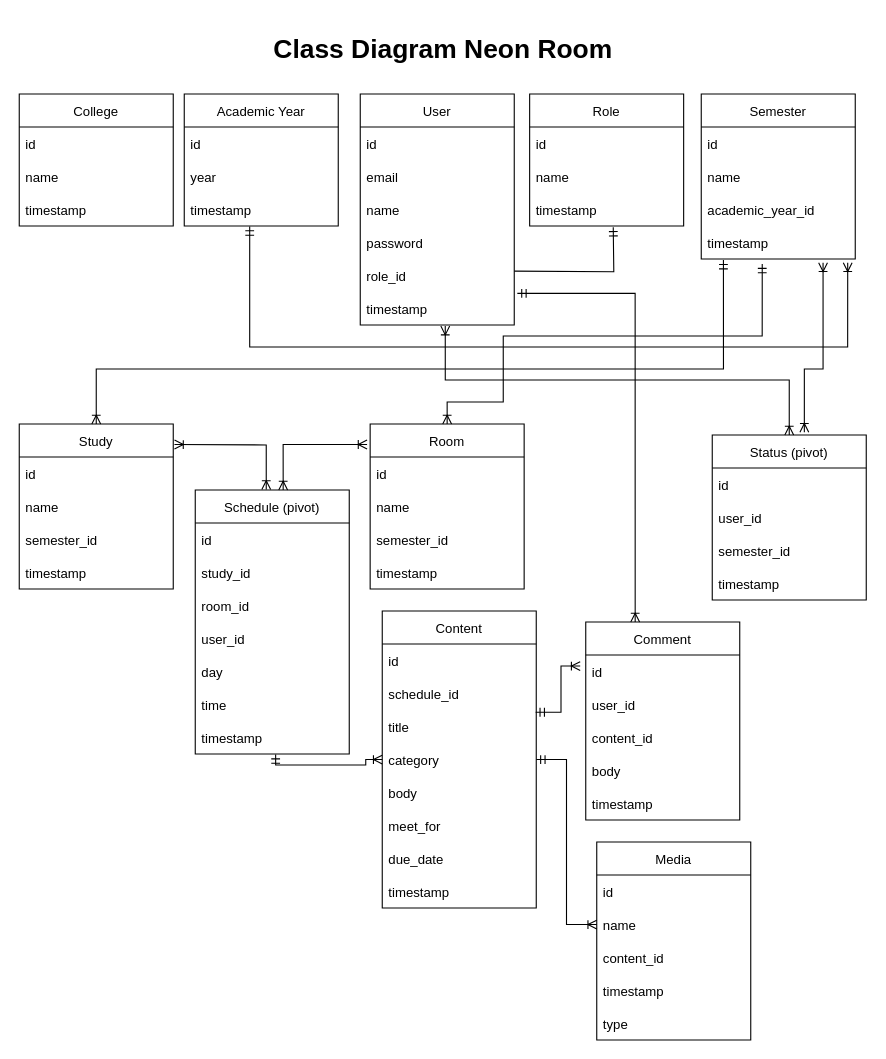
fanboykun/neonroom keeps this draw.io diagram as uml/class diagram.drawio. Above is the earlier version. Source tidied: cells renumbered, new cells numbered last; positions are measured from the earlier drawing's top-left corner, leaving out a move shared by most shapes. Both pictures are drawn from the tidied source at 110%, with x=0, y=0 at pixel (19, 28).
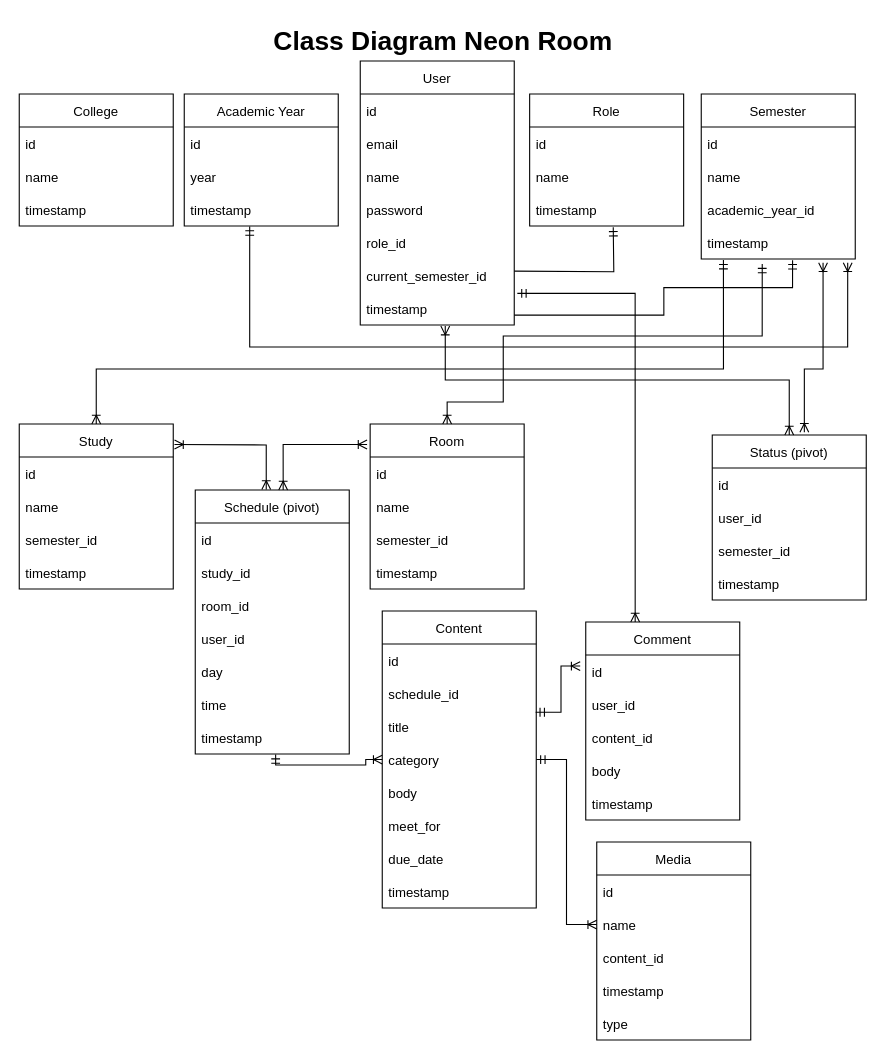
Above is the later version.

Unchanged cells that the change refers to:
```xml
<mxCell id="25" value="timestamp" style="text;strokeColor=none;fillColor=none;align=left;verticalAlign=middle;spacingLeft=4;spacingRight=4;overflow=hidden;points=[[0,0.5],[1,0.5]];portConstraint=eastwest;" parent="21" vertex="1">
  <mxGeometry y="120" width="140" height="30" as="geometry" />
</mxCell>
```

The edit, as a diff of the source:
```diff
@@
     <mxCell id="2" value="User" style="swimlane;fontStyle=0;horizontal=1;startSize=30;" parent="1" vertex="1">
-      <mxGeometry x="310" y="60" width="140" height="210" as="geometry" />
+      <mxGeometry x="310" y="30" width="140" height="240" as="geometry" />
     </mxCell>
@@
+    <mxCell id="83" value="current_semester_id" style="text;strokeColor=none;fillColor=none;align=left;verticalAlign=middle;spacingLeft=4;spacingRight=4;overflow=hidden;" parent="2" vertex="1">
+      <mxGeometry y="180" width="140" height="30" as="geometry" />
+    </mxCell>
     <mxCell id="8" value="timestamp" style="text;strokeColor=none;fillColor=none;align=left;verticalAlign=middle;spacingLeft=4;spacingRight=4;overflow=hidden;points=[[0,0.5],[1,0.5]];portConstraint=eastwest;" parent="2" vertex="1">
-      <mxGeometry y="180" width="140" height="30" as="geometry" />
+      <mxGeometry y="210" width="140" height="30" as="geometry" />
     </mxCell>
@@
     <mxCell id="82" value="Class Diagram Neon Room" style="text;strokeColor=none;fillColor=none;html=1;fontSize=24;fontStyle=1;verticalAlign=middle;align=center;" parent="1" vertex="1">
-      <mxGeometry x="314" width="142" height="40" as="geometry" />
+      <mxGeometry x="314" y="-8" width="142" height="40" as="geometry" />
     </mxCell>
+    <mxCell id="84" style="edgeStyle=orthogonalEdgeStyle;fontSize=12;html=1;endArrow=ERmandOne;rounded=0;entryX=0.593;entryY=1.033;entryDx=0;entryDy=0;entryPerimeter=0;" parent="1" edge="1" target="25">
+      <mxGeometry relative="1" as="geometry">
+        <mxPoint x="450" y="261" as="sourcePoint" />
+        <Array as="points">
+          <mxPoint x="586" y="261" />
+          <mxPoint x="586" y="236" />
+          <mxPoint x="703" y="236" />
+        </Array>
+      </mxGeometry>
+    </mxCell>
```
